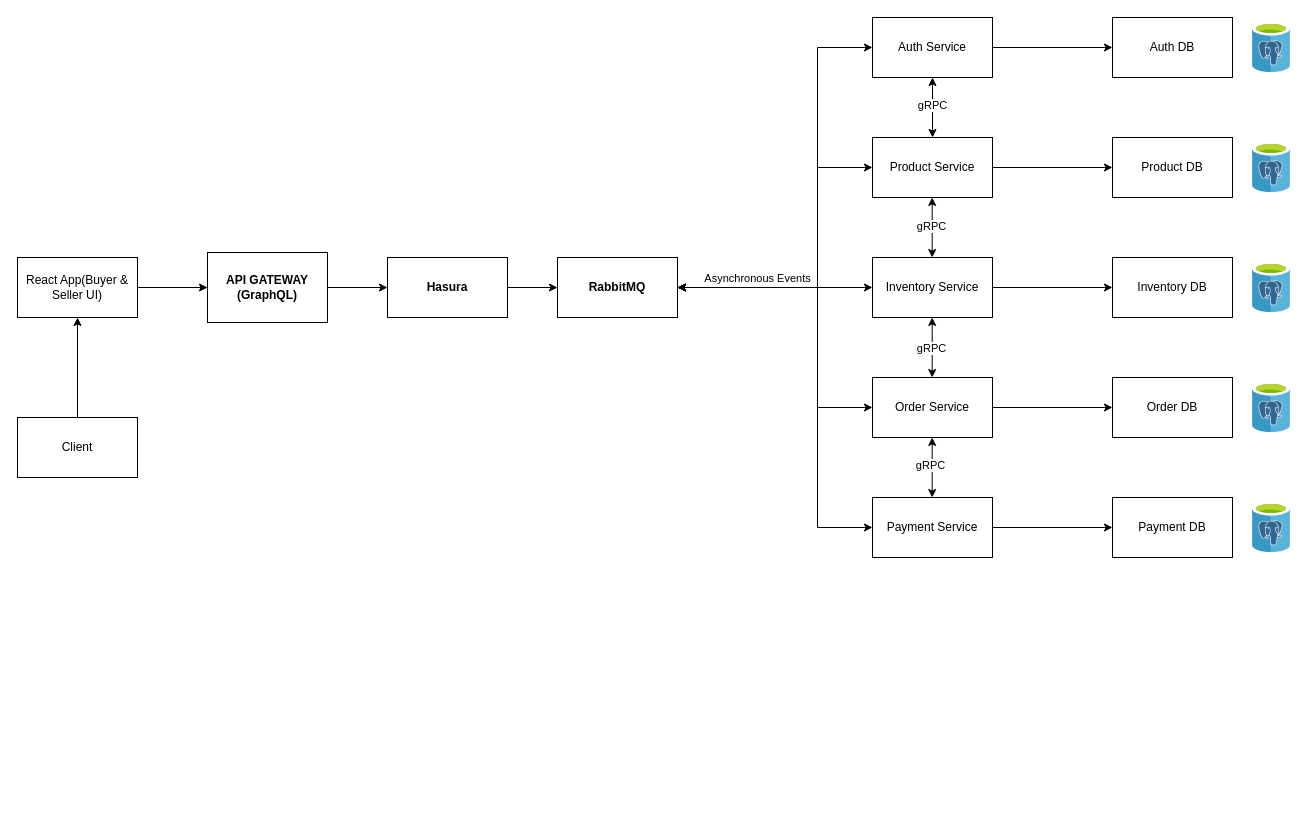
Above: Microservice Architecture.drawio in 20010109/Ecommerce-System (draw.io), before the change. Source tidied: cells renumbered, new cells numbered last; positions are measured from the earlier drawing's top-left corner, leaving out a move shared by most shapes. Both pictures are drawn from the tidied source at 100%, with x=0, y=0 at pixel (17, 17).
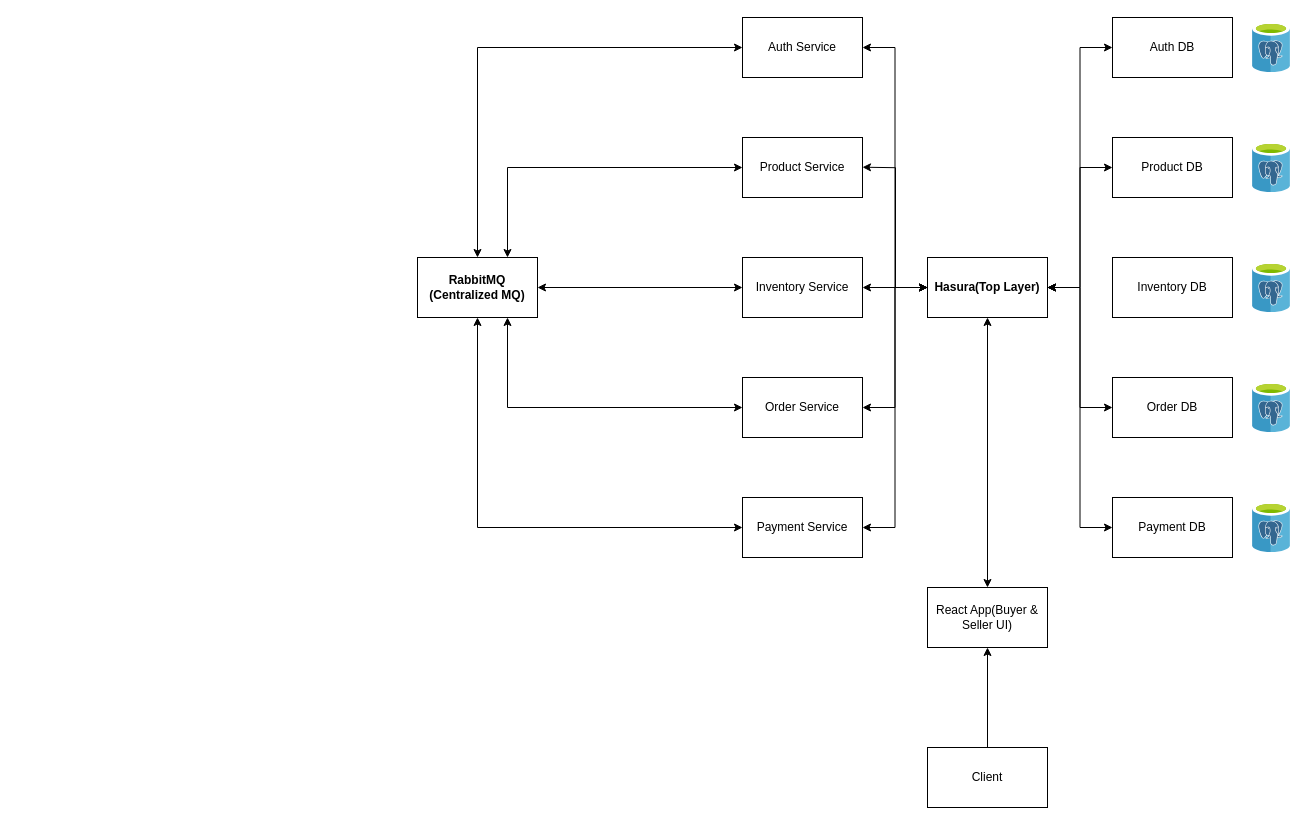
Above is the later version.

The change refers to these unchanged cells:
```xml
<mxCell id="18" value="Auth DB" style="rounded=0;whiteSpace=wrap;html=1;" parent="1" vertex="1">
  <mxGeometry x="1095" width="120" height="60" as="geometry" />
</mxCell>
<mxCell id="19" value="Product DB" style="rounded=0;whiteSpace=wrap;html=1;" parent="1" vertex="1">
  <mxGeometry x="1095" y="120" width="120" height="60" as="geometry" />
</mxCell>
<mxCell id="20" value="Inventory DB" style="rounded=0;whiteSpace=wrap;html=1;" parent="1" vertex="1">
  <mxGeometry x="1095" y="240" width="120" height="60" as="geometry" />
</mxCell>
<mxCell id="21" value="Order DB" style="rounded=0;whiteSpace=wrap;html=1;" parent="1" vertex="1">
  <mxGeometry x="1095" y="360" width="120" height="60" as="geometry" />
</mxCell>
<mxCell id="22" value="Payment DB" style="rounded=0;whiteSpace=wrap;html=1;" parent="1" vertex="1">
  <mxGeometry x="1095" y="480" width="120" height="60" as="geometry" />
</mxCell>
```

Diff of the diagram source:
```diff
@@
-    <mxCell id="2" style="edgeStyle=orthogonalEdgeStyle;rounded=0;jettySize=auto;html=1;entryX=0;entryY=0.5;entryDx=0;entryDy=0;" parent="1" edge="1" source="3" target="7">
-      <mxGeometry relative="1" as="geometry" />
-    </mxCell>
     <mxCell id="3" value="React App(Buyer &amp;amp; Seller UI)" style="rounded=0;whiteSpace=wrap;html=1;" parent="1" vertex="1">
-      <mxGeometry y="240" width="120" height="60" as="geometry" />
+      <mxGeometry x="910" y="570" width="120" height="60" as="geometry" />
     </mxCell>
@@
     <mxCell id="5" value="Client" style="rounded=0;whiteSpace=wrap;html=1;" parent="1" vertex="1">
-      <mxGeometry y="400" width="120" height="60" as="geometry" />
+      <mxGeometry x="910" y="730" width="120" height="60" as="geometry" />
     </mxCell>
-    <mxCell id="6" style="edgeStyle=orthogonalEdgeStyle;rounded=0;jettySize=auto;html=1;" parent="1" edge="1" source="7" target="29">
-      <mxGeometry relative="1" as="geometry" />
-    </mxCell>
-    <mxCell id="7" value="&lt;b&gt;API GATEWAY&lt;br&gt;(GraphQL)&lt;/b&gt;" style="rounded=0;whiteSpace=wrap;html=1;" parent="1" vertex="1">
-      <mxGeometry x="190" y="235" width="120" height="70" as="geometry" />
-    </mxCell>
-    <mxCell id="8" style="edgeStyle=orthogonalEdgeStyle;rounded=0;jettySize=auto;html=1;entryX=0;entryY=0.5;entryDx=0;entryDy=0;" parent="1" edge="1" source="9" target="18">
-      <mxGeometry relative="1" as="geometry" />
-    </mxCell>
     <mxCell id="9" value="Auth Service" style="rounded=0;whiteSpace=wrap;html=1;" parent="1" vertex="1">
-      <mxGeometry x="855" width="120" height="60" as="geometry" />
+      <mxGeometry x="725" width="120" height="60" as="geometry" />
     </mxCell>
-    <mxCell id="10" style="edgeStyle=orthogonalEdgeStyle;rounded=0;jettySize=auto;html=1;entryX=0;entryY=0.5;entryDx=0;entryDy=0;" parent="1" edge="1" source="11" target="19">
-      <mxGeometry relative="1" as="geometry" />
-    </mxCell>
     <mxCell id="11" value="Product Service" style="rounded=0;whiteSpace=wrap;html=1;" parent="1" vertex="1">
-      <mxGeometry x="855" y="120" width="120" height="60" as="geometry" />
+      <mxGeometry x="725" y="120" width="120" height="60" as="geometry" />
     </mxCell>
-    <mxCell id="12" style="edgeStyle=orthogonalEdgeStyle;rounded=0;jettySize=auto;html=1;entryX=0;entryY=0.5;entryDx=0;entryDy=0;" parent="1" edge="1" source="13" target="20">
-      <mxGeometry relative="1" as="geometry" />
-    </mxCell>
     <mxCell id="13" value="Inventory Service" style="rounded=0;whiteSpace=wrap;html=1;" parent="1" vertex="1">
-      <mxGeometry x="855" y="240" width="120" height="60" as="geometry" />
+      <mxGeometry x="725" y="240" width="120" height="60" as="geometry" />
     </mxCell>
-    <mxCell id="14" style="edgeStyle=orthogonalEdgeStyle;rounded=0;jettySize=auto;html=1;" parent="1" edge="1" source="15" target="21">
-      <mxGeometry relative="1" as="geometry" />
-    </mxCell>
     <mxCell id="15" value="Order Service" style="rounded=0;whiteSpace=wrap;html=1;" parent="1" vertex="1">
-      <mxGeometry x="855" y="360" width="120" height="60" as="geometry" />
+      <mxGeometry x="725" y="360" width="120" height="60" as="geometry" />
     </mxCell>
-    <mxCell id="16" style="edgeStyle=orthogonalEdgeStyle;rounded=0;jettySize=auto;html=1;" parent="1" edge="1" source="17" target="22">
-      <mxGeometry relative="1" as="geometry" />
-    </mxCell>
     <mxCell id="17" value="Payment Service" style="rounded=0;whiteSpace=wrap;html=1;" parent="1" vertex="1">
-      <mxGeometry x="855" y="480" width="120" height="60" as="geometry" />
+      <mxGeometry x="725" y="480" width="120" height="60" as="geometry" />
     </mxCell>
@@
-    <mxCell id="28" style="edgeStyle=orthogonalEdgeStyle;rounded=0;jettySize=auto;html=1;entryX=0;entryY=0.5;entryDx=0;entryDy=0;" parent="1" edge="1" source="29" target="30">
-      <mxGeometry relative="1" as="geometry" />
-    </mxCell>
-    <mxCell id="29" value="&lt;b&gt;Hasura&lt;/b&gt;" style="rounded=0;whiteSpace=wrap;html=1;" parent="1" vertex="1">
-      <mxGeometry x="370" y="240" width="120" height="60" as="geometry" />
+    <mxCell id="29" value="&lt;b&gt;Hasura(Top Layer)&lt;/b&gt;" style="rounded=0;whiteSpace=wrap;html=1;" parent="1" vertex="1">
+      <mxGeometry x="910" y="240" width="120" height="60" as="geometry" />
     </mxCell>
-    <mxCell id="30" value="&lt;b&gt;RabbitMQ&lt;/b&gt;" style="rounded=0;whiteSpace=wrap;html=1;" parent="1" vertex="1">
-      <mxGeometry x="540" y="240" width="120" height="60" as="geometry" />
+    <mxCell id="30" value="&lt;b&gt;RabbitMQ&lt;br&gt;(Centralized MQ)&lt;/b&gt;" style="rounded=0;whiteSpace=wrap;html=1;" parent="1" vertex="1">
+      <mxGeometry x="400" y="240" width="120" height="60" as="geometry" />
     </mxCell>
-    <mxCell id="31" style="endArrow=classic;startArrow=classic;html=1;rounded=0;exitX=1;exitY=0.5;exitDx=0;exitDy=0;entryX=0;entryY=0.5;entryDx=0;entryDy=0;edgeStyle=orthogonalEdgeStyle;" parent="1" edge="1" source="30" target="9">
+    <mxCell id="31" style="endArrow=classic;startArrow=classic;html=1;rounded=0;entryX=0;entryY=0.5;entryDx=0;entryDy=0;edgeStyle=orthogonalEdgeStyle;exitX=0.5;exitY=0;exitDx=0;exitDy=0;" parent="1" edge="1" source="30" target="9">
       <mxGeometry relative="1" as="geometry">
         <Array as="points">
-          <mxPoint x="800" y="270" />
-          <mxPoint x="800" y="30" />
+          <mxPoint x="460" y="30" />
         </Array>
       </mxGeometry>
     </mxCell>
-    <mxCell id="32" style="endArrow=classic;startArrow=classic;html=1;rounded=0;exitX=1;exitY=0.5;exitDx=0;exitDy=0;entryX=0;entryY=0.5;entryDx=0;entryDy=0;edgeStyle=orthogonalEdgeStyle;" parent="1" edge="1" source="30" target="11">
+    <mxCell id="32" style="endArrow=classic;startArrow=classic;html=1;rounded=0;exitX=0.75;exitY=0;exitDx=0;exitDy=0;entryX=0;entryY=0.5;entryDx=0;entryDy=0;edgeStyle=orthogonalEdgeStyle;" parent="1" edge="1" source="30" target="11">
       <mxGeometry relative="1" as="geometry">
         <Array as="points">
-          <mxPoint x="800" y="270" />
-          <mxPoint x="800" y="150" />
+          <mxPoint x="490" y="150" />
         </Array>
       </mxGeometry>
     </mxCell>
-    <mxCell id="33" style="endArrow=classic;startArrow=classic;html=1;rounded=0;entryX=0;entryY=0.5;entryDx=0;entryDy=0;exitX=1;exitY=0.5;exitDx=0;exitDy=0;edgeStyle=orthogonalEdgeStyle;" parent="1" edge="1" source="30" target="15">
+    <mxCell id="33" style="endArrow=classic;startArrow=classic;html=1;rounded=0;entryX=0;entryY=0.5;entryDx=0;entryDy=0;exitX=0.75;exitY=1;exitDx=0;exitDy=0;edgeStyle=orthogonalEdgeStyle;" parent="1" edge="1" source="30" target="15">
       <mxGeometry relative="1" as="geometry">
         <Array as="points">
-          <mxPoint x="800" y="270" />
-          <mxPoint x="800" y="390" />
+          <mxPoint x="490" y="390" />
         </Array>
       </mxGeometry>
     </mxCell>
-    <mxCell id="34" style="endArrow=classic;startArrow=classic;html=1;rounded=0;entryX=0;entryY=0.5;entryDx=0;entryDy=0;exitX=1;exitY=0.5;exitDx=0;exitDy=0;edgeStyle=orthogonalEdgeStyle;" parent="1" edge="1" source="30" target="17">
+    <mxCell id="34" style="endArrow=classic;startArrow=classic;html=1;rounded=0;entryX=0;entryY=0.5;entryDx=0;entryDy=0;exitX=0.5;exitY=1;exitDx=0;exitDy=0;edgeStyle=orthogonalEdgeStyle;" parent="1" edge="1" source="30" target="17">
       <mxGeometry relative="1" as="geometry">
         <Array as="points">
-          <mxPoint x="800" y="270" />
-          <mxPoint x="800" y="510" />
+          <mxPoint x="460" y="510" />
         </Array>
       </mxGeometry>
     </mxCell>
-    <mxCell id="35" value="Asynchronous Events" style="edgeLabel;html=1;align=center;verticalAlign=middle;" parent="34" vertex="1">
-      <mxGeometry x="-0.75" y="-1" relative="1" as="geometry">
-        <mxPoint x="25" y="-11" as="offset" />
-      </mxGeometry>
-    </mxCell>
-    <mxCell id="36" style="endArrow=classic;startArrow=classic;html=1;rounded=0;exitX=1;exitY=0.5;exitDx=0;exitDy=0;" parent="1" edge="1" source="30" target="13">
+    <mxCell id="36" style="endArrow=classic;startArrow=classic;html=1;rounded=0;exitX=1;exitY=0.5;exitDx=0;exitDy=0;entryX=0;entryY=0.5;entryDx=0;entryDy=0;" parent="1" edge="1" source="30" target="13">
       <mxGeometry relative="1" as="geometry" />
     </mxCell>
-    <mxCell id="37" style="endArrow=classic;startArrow=classic;html=1;rounded=0;entryX=0.5;entryY=1;entryDx=0;entryDy=0;exitX=0.5;exitY=0;exitDx=0;exitDy=0;" parent="1" edge="1" source="11" target="9">
-      <mxGeometry relative="1" as="geometry" />
-    </mxCell>
-    <mxCell id="38" value="gRPC" style="edgeLabel;html=1;align=center;verticalAlign=middle;" parent="37" vertex="1">
-      <mxGeometry x="0.1" y="1" relative="1" as="geometry" />
-    </mxCell>
-    <mxCell id="39" style="endArrow=classic;startArrow=classic;html=1;rounded=0;entryX=0.5;entryY=1;entryDx=0;entryDy=0;exitX=0.5;exitY=0;exitDx=0;exitDy=0;" parent="1" edge="1">
-      <mxGeometry relative="1" as="geometry">
-        <mxPoint x="914.7" y="240" as="sourcePoint" />
-        <mxPoint x="914.7" y="180" as="targetPoint" />
-      </mxGeometry>
-    </mxCell>
-    <mxCell id="40" value="gRPC" style="edgeLabel;html=1;align=center;verticalAlign=middle;" parent="39" vertex="1">
-      <mxGeometry x="0.05" y="1" relative="1" as="geometry" />
-    </mxCell>
-    <mxCell id="41" style="endArrow=classic;startArrow=classic;html=1;rounded=0;entryX=0.5;entryY=1;entryDx=0;entryDy=0;exitX=0.5;exitY=0;exitDx=0;exitDy=0;" parent="1" edge="1">
-      <mxGeometry relative="1" as="geometry">
-        <mxPoint x="914.7" y="360" as="sourcePoint" />
-        <mxPoint x="914.7" y="300" as="targetPoint" />
-      </mxGeometry>
-    </mxCell>
-    <mxCell id="42" value="gRPC" style="edgeLabel;html=1;align=center;verticalAlign=middle;" parent="41" vertex="1">
-      <mxGeometry x="0.01" y="1" relative="1" as="geometry" />
-    </mxCell>
-    <mxCell id="43" style="endArrow=classic;startArrow=classic;html=1;rounded=0;entryX=0.5;entryY=1;entryDx=0;entryDy=0;exitX=0.5;exitY=0;exitDx=0;exitDy=0;" parent="1" edge="1">
-      <mxGeometry relative="1" as="geometry">
-        <mxPoint x="914.7" y="480" as="sourcePoint" />
-        <mxPoint x="914.7" y="420" as="targetPoint" />
-      </mxGeometry>
-    </mxCell>
-    <mxCell id="44" value="gRPC" style="edgeLabel;html=1;align=center;verticalAlign=middle;" parent="43" vertex="1">
-      <mxGeometry x="0.1" y="2" relative="1" as="geometry" />
-    </mxCell>
+    <mxCell id="45" style="endArrow=classic;startArrow=classic;html=1;rounded=0;exitX=1;exitY=0.5;exitDx=0;exitDy=0;entryX=0;entryY=0.5;entryDx=0;entryDy=0;edgeStyle=orthogonalEdgeStyle;" parent="1" edge="1" source="17" target="29">
+      <mxGeometry relative="1" as="geometry" />
+    </mxCell>
+    <mxCell id="46" style="endArrow=classic;startArrow=classic;html=1;rounded=0;exitX=1;exitY=0.5;exitDx=0;exitDy=0;entryX=0;entryY=0.5;entryDx=0;entryDy=0;edgeStyle=orthogonalEdgeStyle;" parent="1" edge="1" source="15" target="29">
+      <mxGeometry relative="1" as="geometry" />
+    </mxCell>
+    <mxCell id="47" style="endArrow=classic;startArrow=classic;html=1;rounded=0;exitX=1;exitY=0.5;exitDx=0;exitDy=0;edgeStyle=orthogonalEdgeStyle;entryX=0;entryY=0.5;entryDx=0;entryDy=0;" parent="1" edge="1" source="13" target="29">
+      <mxGeometry relative="1" as="geometry" />
+    </mxCell>
+    <mxCell id="48" style="endArrow=classic;startArrow=classic;html=1;rounded=0;exitX=1;exitY=0.5;exitDx=0;exitDy=0;edgeStyle=orthogonalEdgeStyle;entryX=0;entryY=0.5;entryDx=0;entryDy=0;" parent="1" edge="1" target="29">
+      <mxGeometry relative="1" as="geometry">
+        <mxPoint x="845" y="149.7" as="sourcePoint" />
+      </mxGeometry>
+    </mxCell>
+    <mxCell id="49" style="endArrow=classic;startArrow=classic;html=1;rounded=0;exitX=1;exitY=0.5;exitDx=0;exitDy=0;edgeStyle=orthogonalEdgeStyle;entryX=0;entryY=0.5;entryDx=0;entryDy=0;" parent="1" edge="1" source="9" target="29">
+      <mxGeometry relative="1" as="geometry" />
+    </mxCell>
+    <mxCell id="50" style="endArrow=classic;startArrow=classic;html=1;rounded=0;exitX=1;exitY=0.5;exitDx=0;exitDy=0;entryX=0;entryY=0.5;entryDx=0;entryDy=0;edgeStyle=orthogonalEdgeStyle;" parent="1" edge="1" source="29" target="18">
+      <mxGeometry relative="1" as="geometry" />
+    </mxCell>
+    <mxCell id="51" style="endArrow=classic;startArrow=classic;html=1;rounded=0;exitX=1;exitY=0.5;exitDx=0;exitDy=0;entryX=0;entryY=0.5;entryDx=0;entryDy=0;edgeStyle=orthogonalEdgeStyle;" parent="1" edge="1" source="29" target="19">
+      <mxGeometry relative="1" as="geometry" />
+    </mxCell>
+    <mxCell id="52" style="endArrow=classic;startArrow=classic;html=1;rounded=0;exitX=1;exitY=0.5;exitDx=0;exitDy=0;entryX=0;entryY=0.5;entryDx=0;entryDy=0;edgeStyle=orthogonalEdgeStyle;" parent="1" edge="1" source="29" target="21">
+      <mxGeometry relative="1" as="geometry" />
+    </mxCell>
+    <mxCell id="53" style="endArrow=classic;startArrow=classic;html=1;rounded=0;entryX=0;entryY=0.5;entryDx=0;entryDy=0;exitX=1;exitY=0.5;exitDx=0;exitDy=0;edgeStyle=orthogonalEdgeStyle;" parent="1" edge="1" source="29" target="22">
+      <mxGeometry relative="1" as="geometry" />
+    </mxCell>
+    <mxCell id="54" style="endArrow=classic;startArrow=classic;html=1;rounded=0;entryX=0.5;entryY=1;entryDx=0;entryDy=0;exitX=0.5;exitY=0;exitDx=0;exitDy=0;" parent="1" edge="1" source="3" target="29">
+      <mxGeometry relative="1" as="geometry" />
+    </mxCell>
```
